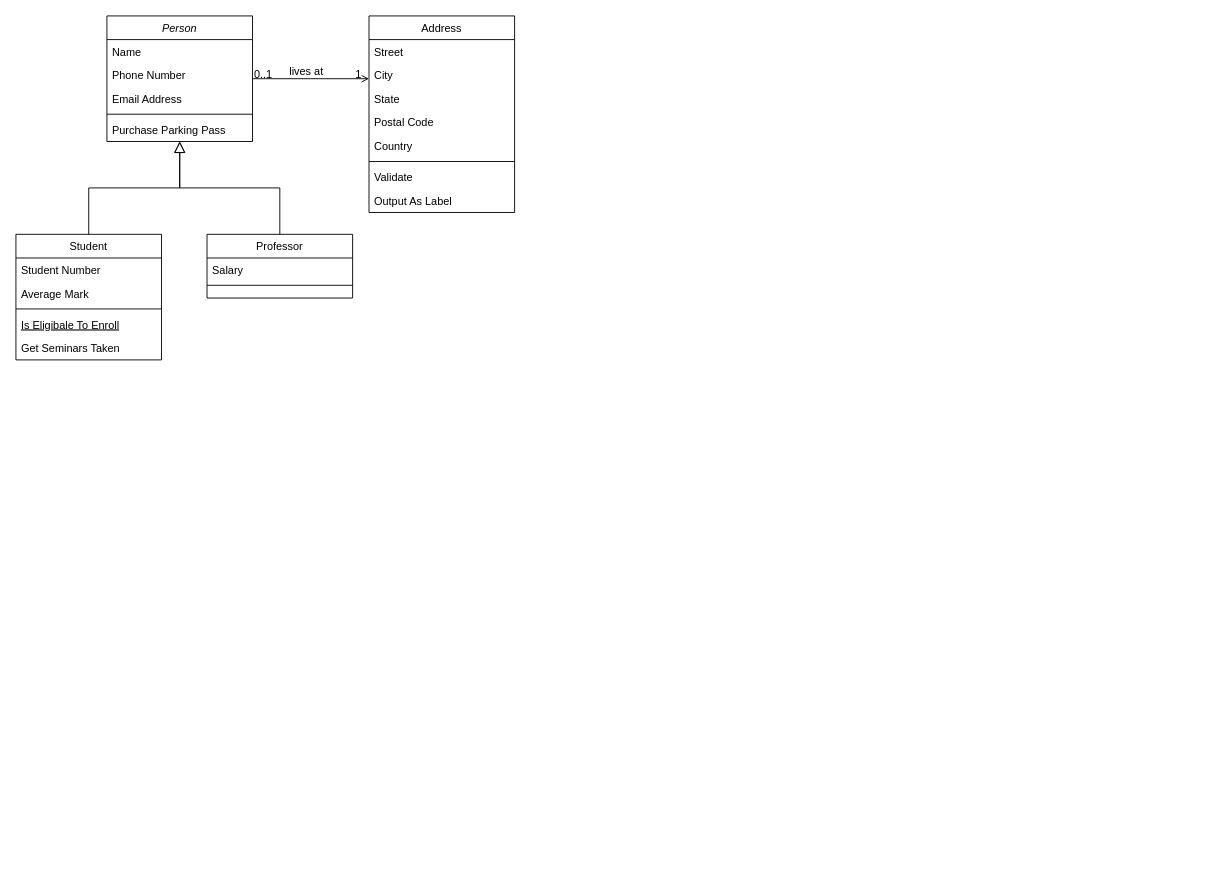
Above: AiClass.drawio in cszwdy/Algorithms (draw.io), before the change. Source tidied: cells renumbered, new cells numbered last; positions are measured from the earlier drawing's top-left corner, leaving out a move shared by most shapes. Both pictures are drawn from the tidied source at 91%, with x=0, y=0 at pixel (15, 15).
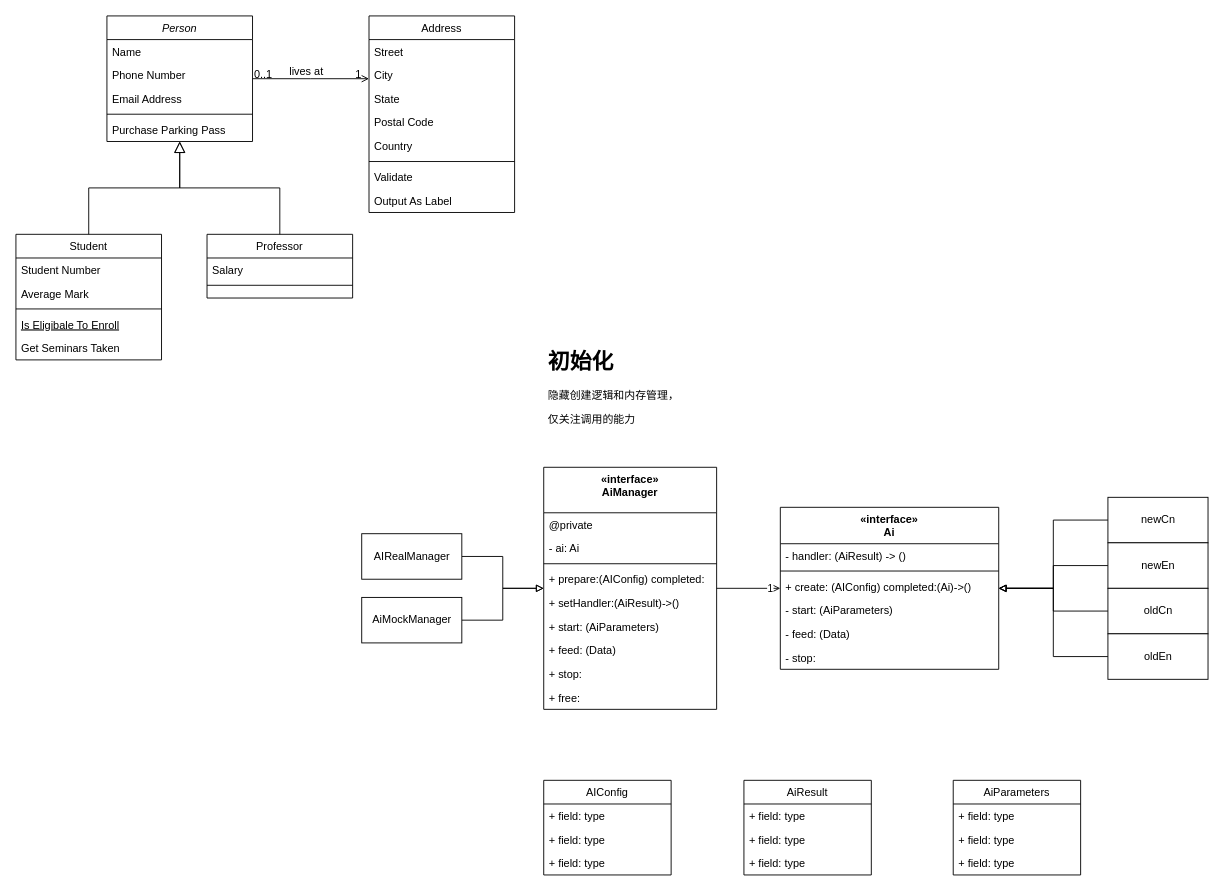
The same diagram, later.

What changed in the source:
```diff
@@
+    <mxCell id="32" style="edgeStyle=orthogonalEdgeStyle;rounded=0;jettySize=auto;html=1;endArrow=block;endFill=0;" parent="1" edge="1" source="33" target="47">
+      <mxGeometry relative="1" as="geometry" />
+    </mxCell>
+    <mxCell id="33" value="AiMockManager" style="html=1;shadow=0;" parent="1" vertex="1">
+      <mxGeometry x="380" y="639" width="110" height="50" as="geometry" />
+    </mxCell>
+    <mxCell id="34" style="edgeStyle=orthogonalEdgeStyle;rounded=0;jettySize=auto;html=1;endArrow=block;endFill=0;" parent="1" edge="1" source="35" target="47">
+      <mxGeometry relative="1" as="geometry" />
+    </mxCell>
+    <mxCell id="35" value="AIRealManager" style="html=1;shadow=0;" parent="1" vertex="1">
+      <mxGeometry x="380" y="569" width="110" height="50" as="geometry" />
+    </mxCell>
+    <mxCell id="36" value="&lt;h1&gt;初始化&lt;/h1&gt;&lt;p&gt;隐藏创建逻辑和内存管理，&lt;/p&gt;&lt;p&gt;仅关注调用的能力&lt;/p&gt;" style="text;html=1;strokeColor=none;fillColor=none;spacing=5;spacingTop=-20;whiteSpace=wrap;overflow=hidden;rounded=0;shadow=0;" parent="1" vertex="1">
+      <mxGeometry x="580" y="360" width="190" height="120" as="geometry" />
+    </mxCell>
+    <mxCell id="37" style="edgeStyle=orthogonalEdgeStyle;rounded=0;jettySize=auto;html=1;endArrow=block;endFill=0;" parent="1" edge="1" source="38" target="57">
+      <mxGeometry relative="1" as="geometry" />
+    </mxCell>
+    <mxCell id="38" value="newCn" style="html=1;shadow=0;" parent="1" vertex="1">
+      <mxGeometry x="1200" y="529" width="110" height="50" as="geometry" />
+    </mxCell>
+    <mxCell id="39" style="edgeStyle=orthogonalEdgeStyle;rounded=0;jettySize=auto;html=1;endArrow=block;endFill=0;" parent="1" edge="1" source="40" target="57">
+      <mxGeometry relative="1" as="geometry" />
+    </mxCell>
+    <mxCell id="40" value="newEn" style="html=1;shadow=0;" parent="1" vertex="1">
+      <mxGeometry x="1200" y="579" width="110" height="50" as="geometry" />
+    </mxCell>
+    <mxCell id="41" style="edgeStyle=orthogonalEdgeStyle;rounded=0;jettySize=auto;html=1;endArrow=block;endFill=0;" parent="1" edge="1" source="42" target="57">
+      <mxGeometry relative="1" as="geometry" />
+    </mxCell>
+    <mxCell id="42" value="oldCn" style="html=1;shadow=0;" parent="1" vertex="1">
+      <mxGeometry x="1200" y="629" width="110" height="50" as="geometry" />
+    </mxCell>
+    <mxCell id="43" style="edgeStyle=orthogonalEdgeStyle;rounded=0;jettySize=auto;html=1;endArrow=block;endFill=0;" parent="1" edge="1" source="44" target="57">
+      <mxGeometry relative="1" as="geometry" />
+    </mxCell>
+    <mxCell id="44" value="oldEn" style="html=1;shadow=0;" parent="1" vertex="1">
+      <mxGeometry x="1200" y="679" width="110" height="50" as="geometry" />
+    </mxCell>
+    <mxCell id="45" style="edgeStyle=orthogonalEdgeStyle;rounded=0;jettySize=auto;html=1;endArrow=open;endFill=0;" parent="1" edge="1" source="47" target="57">
+      <mxGeometry relative="1" as="geometry" />
+    </mxCell>
+    <mxCell id="46" value="1" style="edgeLabel;html=1;align=center;verticalAlign=middle;" parent="45" vertex="1">
+      <mxGeometry x="0.65" y="1" relative="1" as="geometry" />
+    </mxCell>
+    <mxCell id="47" value="«interface»&#10;AiManager" style="swimlane;fontStyle=1;align=center;verticalAlign=top;horizontal=1;startSize=50;" parent="1" vertex="1">
+      <mxGeometry x="580" y="496" width="190" height="266" as="geometry" />
+    </mxCell>
+    <mxCell id="48" value="@private" style="text;strokeColor=none;fillColor=none;align=left;verticalAlign=top;spacingLeft=4;spacingRight=4;overflow=hidden;" parent="47" vertex="1">
+      <mxGeometry y="50" width="190" height="26" as="geometry" />
+    </mxCell>
+    <mxCell id="49" value="- ai: Ai" style="text;strokeColor=none;fillColor=none;align=left;verticalAlign=top;spacingLeft=4;spacingRight=4;overflow=hidden;" parent="47" vertex="1">
+      <mxGeometry y="76" width="190" height="26" as="geometry" />
+    </mxCell>
+    <mxCell id="50" style="line;strokeWidth=1;fillColor=none;align=left;verticalAlign=middle;spacingTop=-1;spacingLeft=3;spacingRight=3;labelPosition=right;" parent="47" vertex="1">
+      <mxGeometry y="102" width="190" height="8" as="geometry" />
+    </mxCell>
+    <mxCell id="51" value="+ prepare:(AIConfig) completed:" style="text;strokeColor=none;fillColor=none;align=left;verticalAlign=top;spacingLeft=4;spacingRight=4;overflow=hidden;shadow=0;" parent="47" vertex="1">
+      <mxGeometry y="110" width="190" height="26" as="geometry" />
+    </mxCell>
+    <mxCell id="52" value="+ setHandler:(AiResult)-&gt;()" style="text;strokeColor=none;fillColor=none;align=left;verticalAlign=top;spacingLeft=4;spacingRight=4;overflow=hidden;shadow=0;" parent="47" vertex="1">
+      <mxGeometry y="136" width="190" height="26" as="geometry" />
+    </mxCell>
+    <mxCell id="53" value="+ start: (AiParameters)" style="text;strokeColor=none;fillColor=none;align=left;verticalAlign=top;spacingLeft=4;spacingRight=4;overflow=hidden;shadow=0;" parent="47" vertex="1">
+      <mxGeometry y="162" width="190" height="26" as="geometry" />
+    </mxCell>
+    <mxCell id="54" value="+ feed: (Data)" style="text;strokeColor=none;fillColor=none;align=left;verticalAlign=top;spacingLeft=4;spacingRight=4;overflow=hidden;shadow=0;" parent="47" vertex="1">
+      <mxGeometry y="188" width="190" height="26" as="geometry" />
+    </mxCell>
+    <mxCell id="55" value="+ stop: " style="text;strokeColor=none;fillColor=none;align=left;verticalAlign=top;spacingLeft=4;spacingRight=4;overflow=hidden;shadow=0;" parent="47" vertex="1">
+      <mxGeometry y="214" width="190" height="26" as="geometry" />
+    </mxCell>
+    <mxCell id="56" value="+ free: " style="text;strokeColor=none;fillColor=none;align=left;verticalAlign=top;spacingLeft=4;spacingRight=4;overflow=hidden;shadow=0;" parent="47" vertex="1">
+      <mxGeometry y="240" width="190" height="26" as="geometry" />
+    </mxCell>
+    <mxCell id="57" value="«interface»&#10;Ai" style="swimlane;fontStyle=1;align=center;verticalAlign=top;horizontal=1;startSize=40;shadow=0;" parent="1" vertex="1">
+      <mxGeometry x="840" y="540" width="240" height="178" as="geometry" />
+    </mxCell>
+    <mxCell id="58" value="- handler: (AiResult) -&gt; ()" style="text;strokeColor=none;fillColor=none;align=left;verticalAlign=top;spacingLeft=4;spacingRight=4;overflow=hidden;" parent="57" vertex="1">
+      <mxGeometry y="40" width="240" height="26" as="geometry" />
+    </mxCell>
+    <mxCell id="59" style="line;strokeWidth=1;fillColor=none;align=left;verticalAlign=middle;spacingTop=-1;spacingLeft=3;spacingRight=3;labelPosition=right;" parent="57" vertex="1">
+      <mxGeometry y="66" width="240" height="8" as="geometry" />
+    </mxCell>
+    <mxCell id="60" value="+ create: (AIConfig) completed:(Ai)-&gt;()" style="text;strokeColor=none;fillColor=none;align=left;verticalAlign=top;spacingLeft=4;spacingRight=4;overflow=hidden;" parent="57" vertex="1">
+      <mxGeometry y="74" width="240" height="26" as="geometry" />
+    </mxCell>
+    <mxCell id="61" value="- start: (AiParameters)" style="text;strokeColor=none;fillColor=none;align=left;verticalAlign=top;spacingLeft=4;spacingRight=4;overflow=hidden;" parent="57" vertex="1">
+      <mxGeometry y="100" width="240" height="26" as="geometry" />
+    </mxCell>
+    <mxCell id="62" value="- feed: (Data)" style="text;strokeColor=none;fillColor=none;align=left;verticalAlign=top;spacingLeft=4;spacingRight=4;overflow=hidden;" parent="57" vertex="1">
+      <mxGeometry y="126" width="240" height="26" as="geometry" />
+    </mxCell>
+    <mxCell id="63" value="- stop: " style="text;strokeColor=none;fillColor=none;align=left;verticalAlign=top;spacingLeft=4;spacingRight=4;overflow=hidden;" parent="57" vertex="1">
+      <mxGeometry y="152" width="240" height="26" as="geometry" />
+    </mxCell>
+    <mxCell id="64" value="AIConfig" style="swimlane;fontStyle=0;horizontal=1;startSize=26;fillColor=none;shadow=0;" parent="1" vertex="1">
+      <mxGeometry x="580" y="840" width="140" height="104" as="geometry" />
+    </mxCell>
+    <mxCell id="65" value="+ field: type" style="text;strokeColor=none;fillColor=none;align=left;verticalAlign=top;spacingLeft=4;spacingRight=4;overflow=hidden;" parent="64" vertex="1">
+      <mxGeometry y="26" width="140" height="26" as="geometry" />
+    </mxCell>
+    <mxCell id="66" value="+ field: type" style="text;strokeColor=none;fillColor=none;align=left;verticalAlign=top;spacingLeft=4;spacingRight=4;overflow=hidden;" parent="64" vertex="1">
+      <mxGeometry y="52" width="140" height="26" as="geometry" />
+    </mxCell>
+    <mxCell id="67" value="+ field: type" style="text;strokeColor=none;fillColor=none;align=left;verticalAlign=top;spacingLeft=4;spacingRight=4;overflow=hidden;" parent="64" vertex="1">
+      <mxGeometry y="78" width="140" height="26" as="geometry" />
+    </mxCell>
+    <mxCell id="68" value="AiResult" style="swimlane;fontStyle=0;horizontal=1;startSize=26;fillColor=none;shadow=0;" parent="1" vertex="1">
+      <mxGeometry x="800" y="840" width="140" height="104" as="geometry" />
+    </mxCell>
+    <mxCell id="69" value="+ field: type" style="text;strokeColor=none;fillColor=none;align=left;verticalAlign=top;spacingLeft=4;spacingRight=4;overflow=hidden;" parent="68" vertex="1">
+      <mxGeometry y="26" width="140" height="26" as="geometry" />
+    </mxCell>
+    <mxCell id="70" value="+ field: type" style="text;strokeColor=none;fillColor=none;align=left;verticalAlign=top;spacingLeft=4;spacingRight=4;overflow=hidden;" parent="68" vertex="1">
+      <mxGeometry y="52" width="140" height="26" as="geometry" />
+    </mxCell>
+    <mxCell id="71" value="+ field: type" style="text;strokeColor=none;fillColor=none;align=left;verticalAlign=top;spacingLeft=4;spacingRight=4;overflow=hidden;" parent="68" vertex="1">
+      <mxGeometry y="78" width="140" height="26" as="geometry" />
+    </mxCell>
+    <mxCell id="72" value="AiParameters" style="swimlane;fontStyle=0;horizontal=1;startSize=26;fillColor=none;shadow=0;" parent="1" vertex="1">
+      <mxGeometry x="1030" y="840" width="140" height="104" as="geometry" />
+    </mxCell>
+    <mxCell id="73" value="+ field: type" style="text;strokeColor=none;fillColor=none;align=left;verticalAlign=top;spacingLeft=4;spacingRight=4;overflow=hidden;" parent="72" vertex="1">
+      <mxGeometry y="26" width="140" height="26" as="geometry" />
+    </mxCell>
+    <mxCell id="74" value="+ field: type" style="text;strokeColor=none;fillColor=none;align=left;verticalAlign=top;spacingLeft=4;spacingRight=4;overflow=hidden;" parent="72" vertex="1">
+      <mxGeometry y="52" width="140" height="26" as="geometry" />
+    </mxCell>
+    <mxCell id="75" value="+ field: type" style="text;strokeColor=none;fillColor=none;align=left;verticalAlign=top;spacingLeft=4;spacingRight=4;overflow=hidden;" parent="72" vertex="1">
+      <mxGeometry y="78" width="140" height="26" as="geometry" />
+    </mxCell>
```
